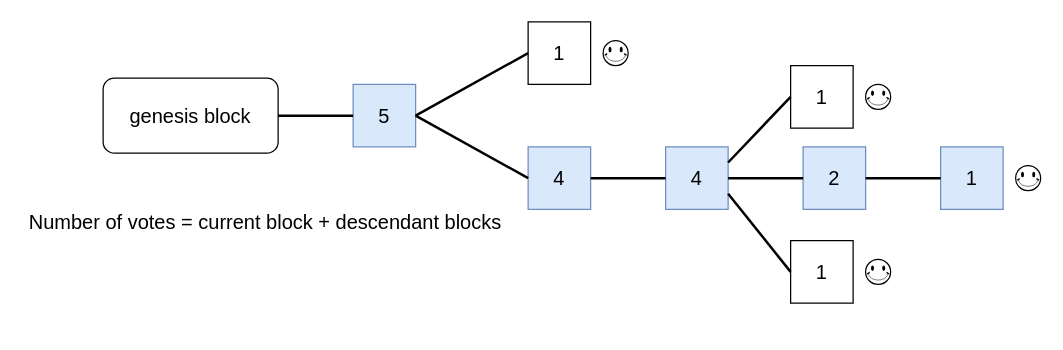
Before: ethereum-research/consensus/lmd-ghost/LMD-GHOST vote rule.drawio in 0xyicheng/a-research-diagram, a draw.io diagram. Source tidied: cells renumbered, new cells numbered last; positions are measured from the earlier drawing's top-left corner, leaving out a move shared by most shapes. Both pictures are drawn from the tidied source at 125%, with x=0, y=0 at pixel (21, 21).
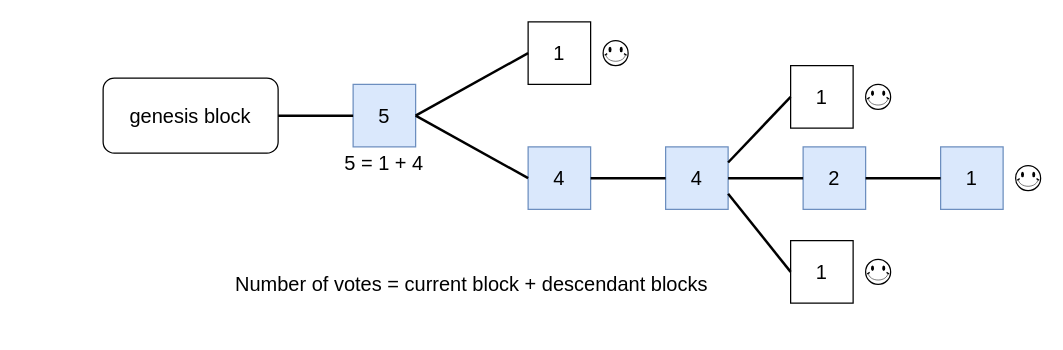
The same diagram, later.

Change to the diagram source:
```diff
@@
     <mxCell id="23" value="&lt;font style=&quot;font-size: 16px;&quot;&gt;Number of votes = current block + descendant blocks&lt;/font&gt;" style="text;html=1;strokeColor=none;fillColor=none;align=center;verticalAlign=middle;whiteSpace=wrap;rounded=0;" parent="1" vertex="1">
-      <mxGeometry y="125" width="390" height="70" as="geometry" />
+      <mxGeometry x="165" y="175" width="390" height="70" as="geometry" />
     </mxCell>
+    <mxCell id="24" value="&lt;font style=&quot;font-size: 16px;&quot;&gt;5 = 1 + 4&lt;/font&gt;" style="text;html=1;strokeColor=none;fillColor=none;align=center;verticalAlign=middle;whiteSpace=wrap;rounded=0;" parent="1" vertex="1">
+      <mxGeometry x="240" y="100" width="100" height="25" as="geometry" />
+    </mxCell>
```
